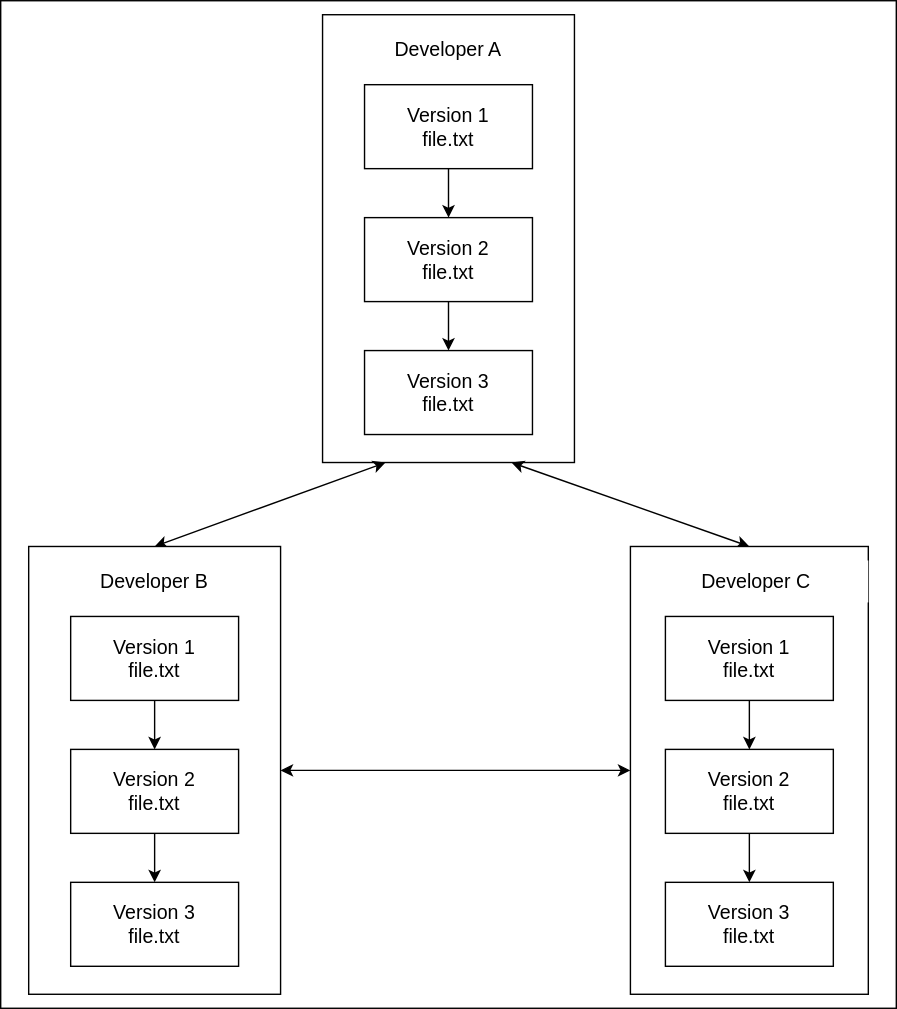
Above: diagrams/distributed-vcs.drawio.svg in thomas-rasmussen/git-tutorial (draw.io), before the change. Source tidied: cells renumbered, new cells last; positions are measured from the earlier drawing's top-left corner, leaving out a move shared by most shapes.
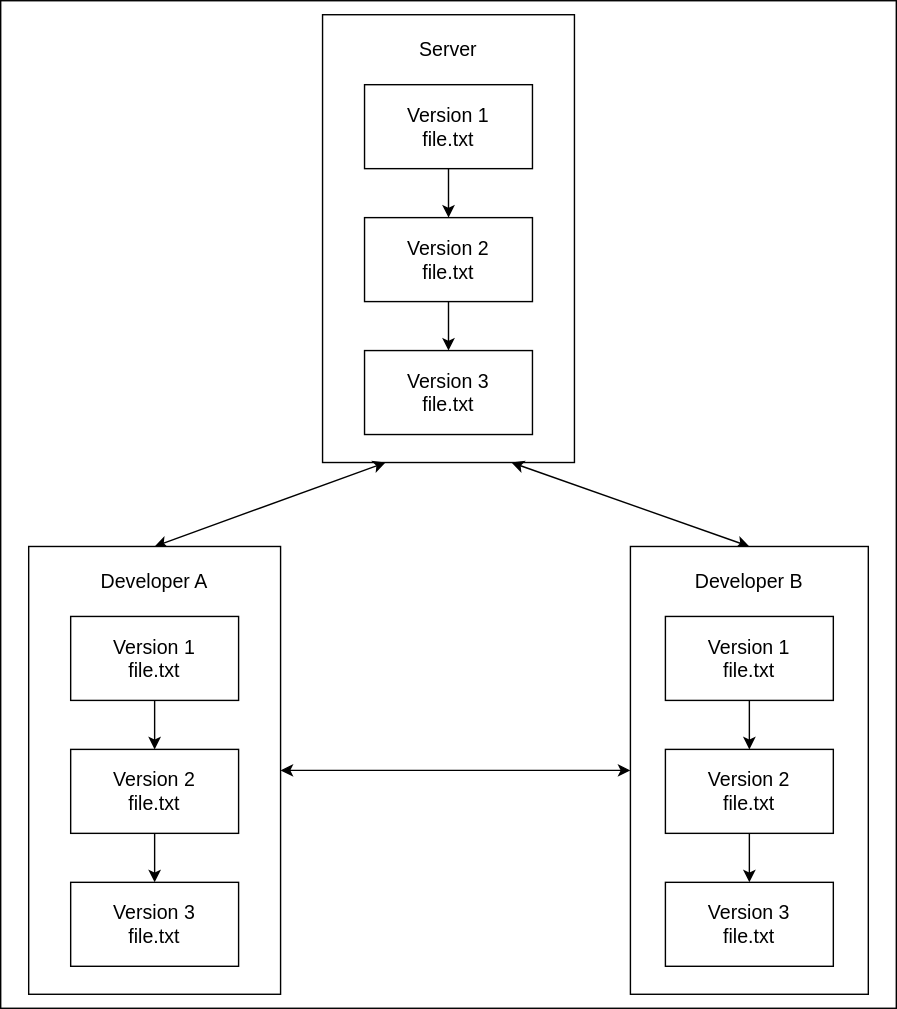
Above is the later version.

Diff of the diagram source:
```diff
@@ -8,7 +8,7 @@
     <mxCell id="3" style="rounded=0;whiteSpace=wrap;html=1;" parent="1" vertex="1">
       <mxGeometry x="230" y="10" width="180" height="320" as="geometry" />
     </mxCell>
-    <mxCell id="4" value="Developer A" style="rounded=0;whiteSpace=wrap;html=1;strokeColor=none;fontSize=14;" parent="1" vertex="1">
+    <mxCell id="4" value="Server" style="rounded=0;whiteSpace=wrap;html=1;strokeColor=none;fontSize=14;" parent="1" vertex="1">
       <mxGeometry x="240" y="20" width="160" height="30" as="geometry" />
     </mxCell>
     <mxCell id="5" style="edgeStyle=orthogonalEdgeStyle;rounded=0;jettySize=auto;html=1;" parent="1" edge="1" source="6" target="9">
@@ -38,7 +38,7 @@
     <mxCell id="13" style="rounded=0;whiteSpace=wrap;html=1;" parent="1" vertex="1">
       <mxGeometry x="20" y="390" width="180" height="320" as="geometry" />
     </mxCell>
-    <mxCell id="14" value="Developer B" style="rounded=0;whiteSpace=wrap;html=1;strokeColor=none;fontSize=14;" parent="1" vertex="1">
+    <mxCell id="14" value="Developer A" style="rounded=0;whiteSpace=wrap;html=1;strokeColor=none;fontSize=14;" parent="1" vertex="1">
       <mxGeometry x="30" y="400" width="160" height="30" as="geometry" />
     </mxCell>
     <mxCell id="15" style="edgeStyle=orthogonalEdgeStyle;rounded=0;jettySize=auto;html=1;" parent="1" edge="1" source="16" target="19">
@@ -59,8 +59,8 @@
     <mxCell id="20" style="rounded=0;whiteSpace=wrap;html=1;" parent="1" vertex="1">
       <mxGeometry x="450" y="390" width="170" height="320" as="geometry" />
     </mxCell>
-    <mxCell id="21" value="Developer C" style="rounded=0;whiteSpace=wrap;html=1;strokeColor=none;fontSize=14;" parent="1" vertex="1">
-      <mxGeometry x="460" y="400" width="160" height="30" as="geometry" />
+    <mxCell id="21" value="Developer B" style="rounded=0;whiteSpace=wrap;html=1;strokeColor=none;fontSize=14;" parent="1" vertex="1">
+      <mxGeometry x="465" y="400" width="140" height="30" as="geometry" />
     </mxCell>
     <mxCell id="22" style="edgeStyle=orthogonalEdgeStyle;rounded=0;jettySize=auto;html=1;" parent="1" edge="1" source="23" target="26">
       <mxGeometry relative="1" as="geometry" />
```
